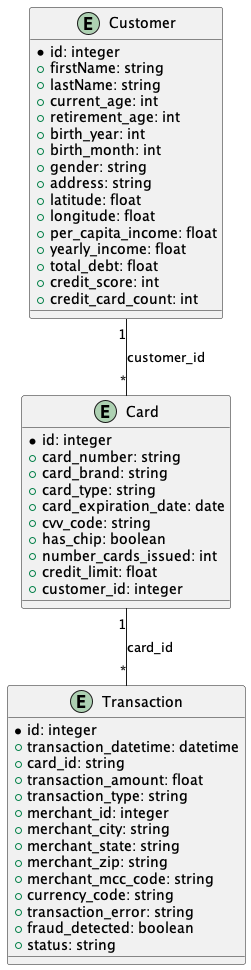
Above: images/ERDiagram.png in reidlai/cp630-final-project (PlantUML), before the change.
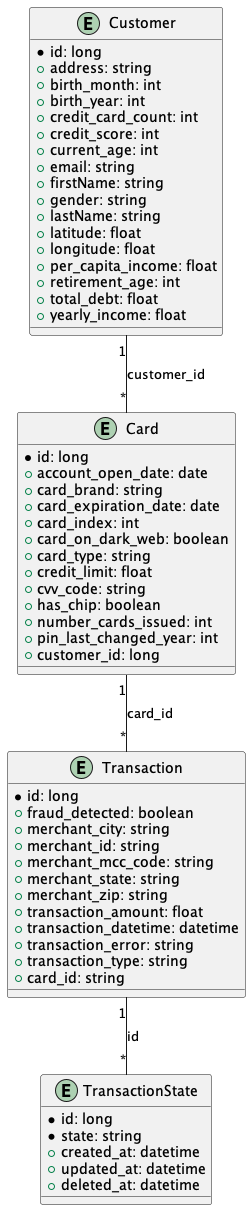
After the commit.

Diff of the diagram source:
```diff
@@ -1,55 +1,65 @@
 @startuml ' Define entities
 entity "Customer" as customer {
-  * id: integer
+  * id: long
+  + address: string
+  + birth_month: int
+  + birth_year: int
+  + credit_card_count: int
+  + credit_score: int
+  + current_age: int
+  + email: string
   + firstName: string
+  + gender: string
   + lastName: string
-  + current_age: int
-  + retirement_age: int
-  + birth_year: int
-  + birth_month: int
-  + gender: string
-  + address: string
   + latitude: float
   + longitude: float
   + per_capita_income: float
+  + retirement_age: int
+  + total_debt: float
   + yearly_income: float
-  + total_debt: float
-  + credit_score: int
-  + credit_card_count: int
 }
 
 entity "Card" as card {
-  * id: integer
-  + card_number: string
+  * id: long
+  + account_open_date: date
   + card_brand: string
+  + card_expiration_date: date
+  + card_index: int
+  + card_on_dark_web: boolean
   + card_type: string
-  + card_expiration_date: date
+  + credit_limit: float
   + cvv_code: string
   + has_chip: boolean
   + number_cards_issued: int
-  + credit_limit: float
-  + customer_id: integer
+  + pin_last_changed_year: int
+  + customer_id: long
 }
 
 entity "Transaction" as transaction {
-  * id: integer
-  + transaction_datetime: datetime
-  + card_id: string
-  + transaction_amount: float
-  + transaction_type: string
-  + merchant_id: integer
+  * id: long
+  + fraud_detected: boolean
   + merchant_city: string
+  + merchant_id: string
+  + merchant_mcc_code: string
   + merchant_state: string
   + merchant_zip: string
-  + merchant_mcc_code: string
-  + currency_code: string
+  + transaction_amount: float
+  + transaction_datetime: datetime
   + transaction_error: string
-  + fraud_detected: boolean
-  + status: string
+  + transaction_type: string
+  + card_id: string
 }
 
+entity "TransactionState" as transactionState {
+  * id: long
+  * state: string
+  + created_at: datetime
+  + updated_at: datetime
+  + deleted_at: datetime
+}
 
 customer "1" -- "*" card: customer_id
 card "1" -- "*" transaction: card_id
+transaction "1" -- "*" transactionState: id
 
 @enduml
```
